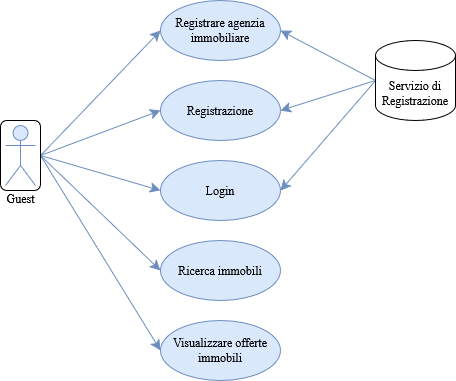
Above: diagrammi/UseCase-Utente Non Registrato.drawio.png in Sperob98/Documentazione-DietiEstates25 (draw.io), before the change. Source tidied: cells renumbered, new cells last; positions are measured from the earlier drawing's top-left corner, leaving out a move shared by most shapes.
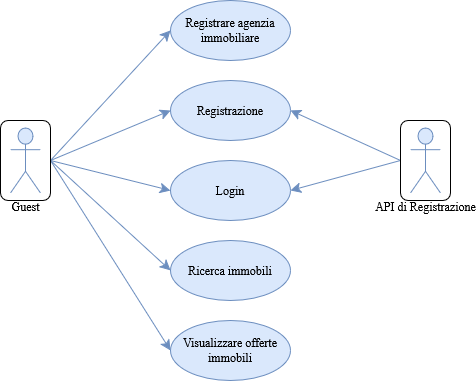
The same file after the commit.

Change to the diagram source:
```diff
@@ -29,26 +29,26 @@
     <mxCell id="10" value="Visualizzare offerte immobili" style="ellipse;whiteSpace=wrap;html=1;rounded=0;fillColor=#dae8fc;strokeColor=#6c8ebf;" parent="1" vertex="1">
       <mxGeometry x="160" y="320" width="120" height="60" as="geometry" />
     </mxCell>
-    <mxCell id="11" style="edgeStyle=none;curved=1;rounded=0;jettySize=auto;html=1;exitX=0;exitY=0.5;exitDx=0;exitDy=0;exitPerimeter=0;entryX=1;entryY=0.5;entryDx=0;entryDy=0;fontSize=12;startSize=8;endSize=8;fillColor=#dae8fc;strokeColor=#6c8ebf;" parent="1" edge="1" source="14" target="6">
-      <mxGeometry relative="1" as="geometry" />
-    </mxCell>
-    <mxCell id="12" style="edgeStyle=none;curved=1;rounded=0;jettySize=auto;html=1;exitX=0;exitY=0.5;exitDx=0;exitDy=0;exitPerimeter=0;entryX=1;entryY=0.5;entryDx=0;entryDy=0;fontSize=12;startSize=8;endSize=8;fillColor=#dae8fc;strokeColor=#6c8ebf;" parent="1" edge="1" source="14" target="7">
+    <mxCell id="12" style="edgeStyle=none;curved=1;rounded=0;jettySize=auto;html=1;exitX=0;exitY=0.5;exitDx=0;exitDy=0;entryX=1;entryY=0.5;entryDx=0;entryDy=0;fontSize=12;startSize=8;endSize=8;fillColor=#dae8fc;strokeColor=#6c8ebf;" parent="1" edge="1" source="18" target="7">
       <mxGeometry relative="1" as="geometry" />
     </mxCell>
-    <mxCell id="13" style="edgeStyle=none;curved=1;rounded=0;jettySize=auto;html=1;exitX=0;exitY=0.5;exitDx=0;exitDy=0;exitPerimeter=0;entryX=1;entryY=0.5;entryDx=0;entryDy=0;fontSize=12;startSize=8;endSize=8;fillColor=#dae8fc;strokeColor=#6c8ebf;" parent="1" edge="1" source="14" target="8">
+    <mxCell id="13" style="edgeStyle=none;curved=1;rounded=0;jettySize=auto;html=1;entryX=1;entryY=0.5;entryDx=0;entryDy=0;fontSize=12;startSize=8;endSize=8;fillColor=#dae8fc;strokeColor=#6c8ebf;exitX=0;exitY=0.5;exitDx=0;exitDy=0;" parent="1" edge="1" source="18" target="8">
       <mxGeometry relative="1" as="geometry" />
     </mxCell>
-    <mxCell id="14" value="Servizio di Registrazione" style="shape=cylinder3;whiteSpace=wrap;html=1;boundedLbl=1;backgroundOutline=1;size=15;rounded=0;" parent="1" vertex="1">
-      <mxGeometry x="375" y="40" width="80" height="80" as="geometry" />
-    </mxCell>
     <mxCell id="15" style="edgeStyle=none;curved=1;rounded=0;jettySize=auto;html=1;exitX=1;exitY=0.5;exitDx=0;exitDy=0;fontSize=12;startSize=8;endSize=8;entryX=0;entryY=0.5;entryDx=0;entryDy=0;fillColor=#dae8fc;strokeColor=#6c8ebf;" parent="1" edge="1" source="16" target="9">
       <mxGeometry relative="1" as="geometry" />
     </mxCell>
     <mxCell id="16" style="rounded=1;whiteSpace=wrap;html=1;" parent="1" vertex="1">
-      <mxGeometry y="120" width="40" height="70" as="geometry" />
+      <mxGeometry x="-10" y="120" width="50" height="80" as="geometry" />
     </mxCell>
     <mxCell id="17" value="Guest" style="shape=umlActor;verticalLabelPosition=bottom;verticalAlign=top;html=1;rounded=0;fillColor=#dae8fc;strokeColor=#6c8ebf;" parent="1" vertex="1">
-      <mxGeometry x="5" y="125" width="30" height="60" as="geometry" />
+      <mxGeometry y="127.5" width="30" height="65" as="geometry" />
     </mxCell>
+    <mxCell id="18" style="rounded=1;whiteSpace=wrap;html=1;" parent="1" vertex="1">
+      <mxGeometry x="390" y="120" width="50" height="80" as="geometry" />
+    </mxCell>
+    <mxCell id="19" value="API di Registrazione" style="shape=umlActor;verticalLabelPosition=bottom;verticalAlign=top;html=1;rounded=0;fillColor=#dae8fc;strokeColor=#6c8ebf;" parent="1" vertex="1">
+      <mxGeometry x="400" y="127.5" width="30" height="65" as="geometry" />
+    </mxCell>
   </root>
 </mxGraphModel>
```
